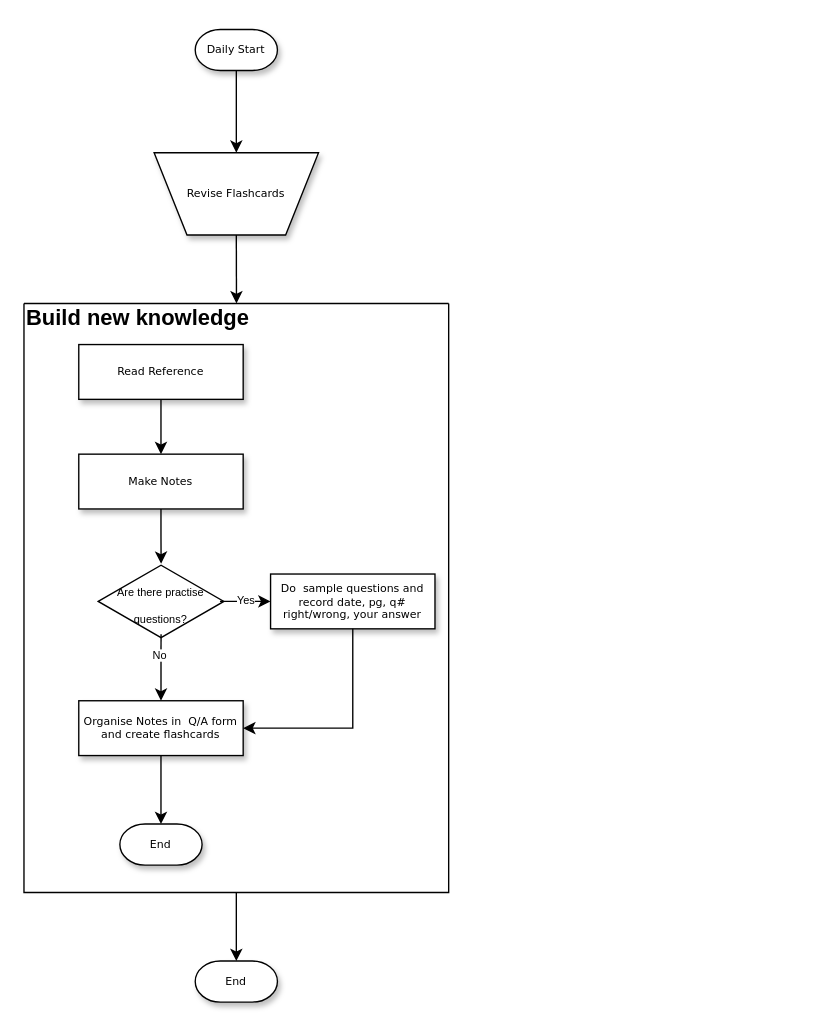
Before: Study Workflow.drawio in eatdevsleep/Draw-IO-Diagrams, a draw.io diagram. Source tidied: cells renumbered, new cells numbered last; positions are measured from the earlier drawing's top-left corner, leaving out a move shared by most shapes. Both pictures are drawn from the tidied source at 137%, with x=0, y=0 at pixel (23, 29).
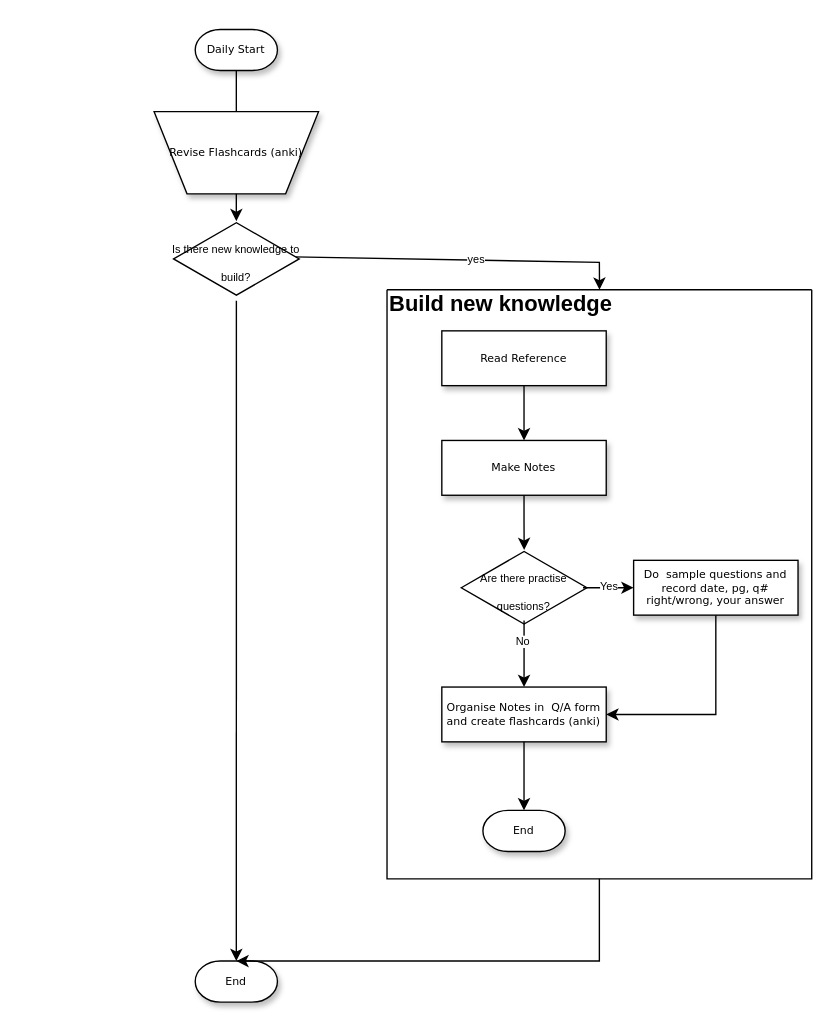
The same diagram, later.

Unchanged cells that the change refers to:
```xml
<mxCell id="17" value="Build new knowledge" style="text;strokeColor=none;fillColor=none;html=1;fontSize=16;fontStyle=1;verticalAlign=middle;align=left;" parent="2" vertex="1">
  <mxGeometry y="-10" width="220" height="40" as="geometry" />
</mxCell>
<mxCell id="22" value="End" style="strokeWidth=1;html=1;shape=mxgraph.flowchart.terminator;whiteSpace=wrap;rounded=0;shadow=1;labelBackgroundColor=none;fontFamily=Verdana;fontSize=8;align=center;" parent="1" vertex="1">
  <mxGeometry x="125" y="680" width="60" height="30" as="geometry" />
</mxCell>
```

The edit, as a diff of the source:
```diff
@@
     <mxCell id="2" style="swimlane;startSize=0;" parent="1" vertex="1">
-      <mxGeometry y="200" width="310" height="430" as="geometry" />
+      <mxGeometry x="265" y="190" width="310" height="430" as="geometry" />
     </mxCell>
@@
-    <mxCell id="11" value="Organise Notes in &amp;nbsp;Q/A form and create flashcards" style="whiteSpace=wrap;html=1;rounded=0;shadow=1;labelBackgroundColor=none;strokeWidth=1;fontFamily=Verdana;fontSize=8;align=center;" parent="2" vertex="1">
+    <mxCell id="11" value="Organise Notes in &amp;nbsp;Q/A form and create flashcards (anki)" style="whiteSpace=wrap;html=1;rounded=0;shadow=1;labelBackgroundColor=none;strokeWidth=1;fontFamily=Verdana;fontSize=8;align=center;" parent="2" vertex="1">
       <mxGeometry x="40" y="290" width="120" height="40" as="geometry" />
     </mxCell>
@@
-    <mxCell id="20" value="Revise Flashcards" style="shape=trapezoid;whiteSpace=wrap;html=1;rounded=0;shadow=1;labelBackgroundColor=none;strokeWidth=1;fontFamily=Verdana;fontSize=8;align=center;flipV=1;" parent="1" vertex="1">
-      <mxGeometry x="95" y="90" width="120" height="60" as="geometry" />
+    <mxCell id="20" value="Revise Flashcards (anki)" style="shape=trapezoid;whiteSpace=wrap;html=1;rounded=0;shadow=1;labelBackgroundColor=none;strokeWidth=1;fontFamily=Verdana;fontSize=8;align=center;flipV=1;" parent="1" vertex="1">
+      <mxGeometry x="95" y="60" width="120" height="60" as="geometry" />
     </mxCell>
-    <mxCell id="21" style="endArrow=classic;html=1;rounded=0;fontSize=8;exitX=0.5;exitY=1;exitDx=0;exitDy=0;entryX=0.705;entryY=0.25;entryDx=0;entryDy=0;entryPerimeter=0;" parent="1" edge="1" source="20" target="17">
-      <mxGeometry relative="1" as="geometry" />
+    <mxCell id="21" style="endArrow=classic;html=1;rounded=0;fontSize=8;exitX=0.958;exitY=0.473;exitDx=0;exitDy=0;entryX=0.705;entryY=0.25;entryDx=0;entryDy=0;entryPerimeter=0;exitPerimeter=0;" parent="1" edge="1" source="25" target="17">
+      <mxGeometry relative="1" as="geometry">
+        <Array as="points">
+          <mxPoint x="420" y="170" />
+        </Array>
+      </mxGeometry>
     </mxCell>
+    <mxCell id="24" value="yes" style="edgeLabel;html=1;align=center;verticalAlign=middle;fontSize=8;" parent="21" vertex="1">
+      <mxGeometry x="0.09" y="1" relative="1" as="geometry" />
+    </mxCell>
@@
     <mxCell id="23" style="endArrow=classic;html=1;rounded=0;fontSize=8;exitX=0.5;exitY=1;exitDx=0;exitDy=0;entryX=0.5;entryY=0;entryDx=0;entryDy=0;entryPerimeter=0;" parent="1" edge="1" source="2" target="22">
-      <mxGeometry relative="1" as="geometry" />
+      <mxGeometry relative="1" as="geometry">
+        <Array as="points">
+          <mxPoint x="420" y="680" />
+        </Array>
+      </mxGeometry>
     </mxCell>
+    <mxCell id="25" value="&lt;p&gt;&lt;font style=&quot;font-size: 8px; line-height: 0.8;&quot;&gt;Is there new knowledge to build?&lt;/font&gt;&lt;/p&gt;" style="html=1;whiteSpace=wrap;shape=isoRectangle;fontSize=16;spacing=0;" parent="1" vertex="1">
+      <mxGeometry x="109.2" y="140" width="91.7" height="55" as="geometry" />
+    </mxCell>
+    <mxCell id="26" style="endArrow=classic;html=1;rounded=0;fontSize=8;exitX=0.5;exitY=1;exitDx=0;exitDy=0;" parent="1" edge="1" source="20" target="25">
+      <mxGeometry relative="1" as="geometry" />
+    </mxCell>
+    <mxCell id="27" style="endArrow=classic;html=1;rounded=0;fontSize=8;exitX=0.5;exitY=1.055;exitDx=0;exitDy=0;exitPerimeter=0;" parent="1" edge="1" source="25" target="22">
+      <mxGeometry relative="1" as="geometry" />
+    </mxCell>
```
